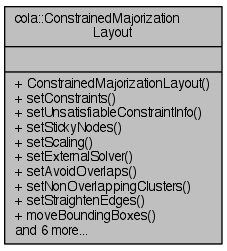
Earlier version of the Graphviz export documentation/classcola_1_1ConstrainedMajorizationLayout__coll__graph.png (mjwybrow/adaptagrams). Its source is kept beside it as documentation/classcola_1_1ConstrainedMajorizationLayout__coll__graph.dot. The source it was exported from:
```dot
digraph "cola::ConstrainedMajorizationLayout"
{
  edge [fontname="Helvetica",fontsize="10",labelfontname="Helvetica",labelfontsize="10"];
  node [fontname="Helvetica",fontsize="10",shape=record];
  Node1 [label="{cola::ConstrainedMajorization\lLayout\n||+ ConstrainedMajorizationLayout()\l+ setConstraints()\l+ setUnsatisfiableConstraintInfo()\l+ setStickyNodes()\l+ setScaling()\l+ setExternalSolver()\l+ setAvoidOverlaps()\l+ setNonOverlappingClusters()\l+ setStraightenEdges()\l+ moveBoundingBoxes()\land 6 more...\l}",height=0.2,width=0.4,color="black", fillcolor="grey75", style="filled" fontcolor="black"];
}
```
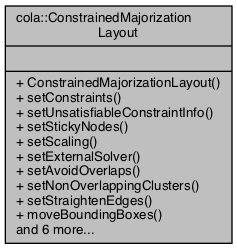
Later version of the same file.

Change to the diagram source:
```diff
@@ -2,5 +2,5 @@
 {
   edge [fontname="Helvetica",fontsize="10",labelfontname="Helvetica",labelfontsize="10"];
   node [fontname="Helvetica",fontsize="10",shape=record];
-  Node1 [label="{cola::ConstrainedMajorization\lLayout\n||+ ConstrainedMajorizationLayout()\l+ setConstraints()\l+ setUnsatisfiableConstraintInfo()\l+ setStickyNodes()\l+ setScaling()\l+ setExternalSolver()\l+ setAvoidOverlaps()\l+ setNonOverlappingClusters()\l+ setStraightenEdges()\l+ moveBoundingBoxes()\land 6 more...\l}",height=0.2,width=0.4,color="black", fillcolor="grey75", style="filled" fontcolor="black"];
+  Node1 [label="{cola::ConstrainedMajorization\lLayout\n||+ ConstrainedMajorizationLayout()\l+ setConstraints()\l+ setUnsatisfiableConstraintInfo()\l+ setStickyNodes()\l+ setScaling()\l+ setExternalSolver()\l+ setAvoidOverlaps()\l+ setNonOverlappingClusters()\l+ setStraightenEdges()\l+ moveBoundingBoxes()\land 6 more...\l}",height=0.2,width=0.4,color="black", fillcolor="grey75", style="filled", fontcolor="black"];
 }
```
